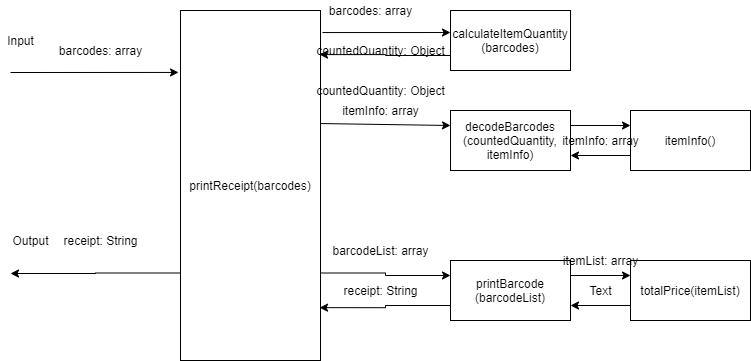
Above: img/POS.png in andreaTwelve/pos-machine-2020-7-20-13-59-35-216 (draw.io), before the change. Source tidied: cells renumbered, new cells last; positions are measured from the earlier drawing's top-left corner, leaving out a move shared by most shapes.
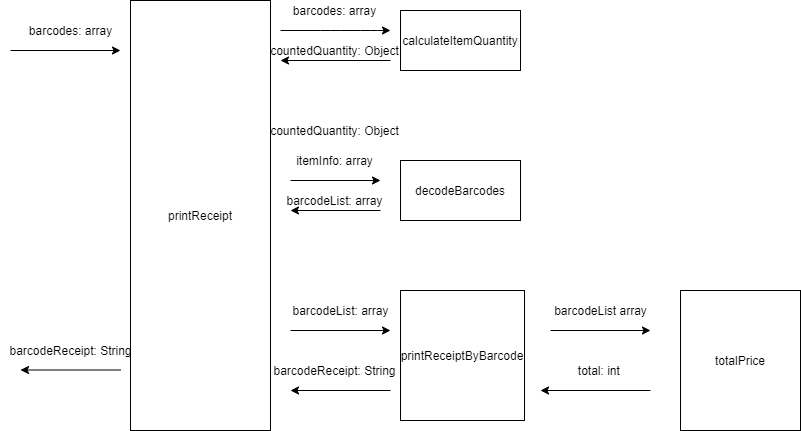
The same file after the commit.

Commit message:
POS andrea feature: update POS.png

Diff of the diagram source:
```diff
@@ -2,99 +2,117 @@
   <root>
     <mxCell id="0" />
     <mxCell id="1" parent="0" />
-    <mxCell id="2" style="edgeStyle=orthogonalEdgeStyle;rounded=0;jettySize=auto;html=1;exitX=0;exitY=0.75;exitDx=0;exitDy=0;" parent="1" edge="1" source="4">
-      <mxGeometry relative="1" as="geometry">
-        <mxPoint x="10" y="273" as="targetPoint" />
-      </mxGeometry>
-    </mxCell>
-    <mxCell id="3" style="edgeStyle=orthogonalEdgeStyle;rounded=0;jettySize=auto;html=1;exitX=1;exitY=0.75;exitDx=0;exitDy=0;entryX=0;entryY=0.25;entryDx=0;entryDy=0;" parent="1" edge="1" source="4" target="25">
-      <mxGeometry relative="1" as="geometry" />
-    </mxCell>
-    <mxCell id="4" value="printReceipt(barcodes)" style="rounded=0;whiteSpace=wrap;html=1;" parent="1" vertex="1">
-      <mxGeometry x="180" y="10" width="140" height="350" as="geometry" />
-    </mxCell>
-    <mxCell id="5" style="endArrow=classic;html=1;entryX=-0.014;entryY=0.177;entryDx=0;entryDy=0;entryPerimeter=0;" parent="1" edge="1" target="4">
-      <mxGeometry relative="1" as="geometry">
-        <mxPoint x="10" y="72" as="sourcePoint" />
-      </mxGeometry>
-    </mxCell>
-    <mxCell id="6" value="Input" style="text;html=1;align=center;verticalAlign=middle;fillColor=none;strokeColor=none;rounded=0;" parent="1" vertex="1">
-      <mxGeometry y="30" width="40" height="20" as="geometry" />
-    </mxCell>
-    <mxCell id="7" value="barcodes: array" style="text;html=1;align=center;verticalAlign=middle;fillColor=none;strokeColor=none;rounded=0;" parent="1" vertex="1">
-      <mxGeometry x="50" y="40" width="100" height="20" as="geometry" />
-    </mxCell>
-    <mxCell id="8" value="Output" style="text;html=1;align=center;verticalAlign=middle;fillColor=none;strokeColor=none;rounded=0;" parent="1" vertex="1">
-      <mxGeometry x="5" y="230" width="50" height="20" as="geometry" />
-    </mxCell>
-    <mxCell id="9" value="receipt: String" style="text;html=1;align=center;verticalAlign=middle;fillColor=none;strokeColor=none;rounded=0;" parent="1" vertex="1">
-      <mxGeometry x="55" y="230" width="90" height="20" as="geometry" />
-    </mxCell>
-    <mxCell id="10" style="edgeStyle=orthogonalEdgeStyle;rounded=0;jettySize=auto;html=1;exitX=0;exitY=0.75;exitDx=0;exitDy=0;entryX=0.993;entryY=0.126;entryDx=0;entryDy=0;entryPerimeter=0;" parent="1" edge="1" source="11" target="4">
-      <mxGeometry relative="1" as="geometry" />
-    </mxCell>
-    <mxCell id="11" value="calculateItemQuantity&lt;br&gt;(barcodes)" style="rounded=0;whiteSpace=wrap;html=1;" parent="1" vertex="1">
-      <mxGeometry x="450" y="10" width="120" height="60" as="geometry" />
-    </mxCell>
-    <mxCell id="12" style="endArrow=classic;html=1;exitX=1.014;exitY=0.063;exitDx=0;exitDy=0;exitPerimeter=0;entryX=0;entryY=0.367;entryDx=0;entryDy=0;entryPerimeter=0;" parent="1" edge="1" source="4" target="11">
-      <mxGeometry relative="1" as="geometry" />
-    </mxCell>
-    <mxCell id="13" value="barcodes: array" style="text;html=1;align=center;verticalAlign=middle;fillColor=none;strokeColor=none;rounded=0;" parent="1" vertex="1">
-      <mxGeometry x="320" width="100" height="20" as="geometry" />
-    </mxCell>
-    <mxCell id="14" value="countedQuantity: Object" style="text;html=1;align=center;verticalAlign=middle;fillColor=none;strokeColor=none;rounded=0;" parent="1" vertex="1">
-      <mxGeometry x="310" y="40" width="140" height="20" as="geometry" />
-    </mxCell>
-    <mxCell id="15" style="edgeStyle=orthogonalEdgeStyle;rounded=0;jettySize=auto;html=1;exitX=1;exitY=0.25;exitDx=0;exitDy=0;entryX=0;entryY=0.25;entryDx=0;entryDy=0;" parent="1" edge="1" source="16" target="21">
-      <mxGeometry relative="1" as="geometry" />
-    </mxCell>
-    <mxCell id="16" value="decodeBarcodes&lt;br&gt;(countedQuantity,&lt;br&gt;itemInfo)" style="rounded=0;whiteSpace=wrap;html=1;" parent="1" vertex="1">
-      <mxGeometry x="450" y="110" width="120" height="60" as="geometry" />
-    </mxCell>
-    <mxCell id="17" style="endArrow=classic;html=1;exitX=1;exitY=0.323;exitDx=0;exitDy=0;exitPerimeter=0;entryX=0;entryY=0.25;entryDx=0;entryDy=0;" parent="1" edge="1" source="4" target="16">
-      <mxGeometry relative="1" as="geometry" />
-    </mxCell>
-    <mxCell id="18" value="countedQuantity: Object" style="text;html=1;align=center;verticalAlign=middle;fillColor=none;strokeColor=none;rounded=0;" parent="1" vertex="1">
-      <mxGeometry x="310" y="80" width="140" height="20" as="geometry" />
-    </mxCell>
-    <mxCell id="19" value="itemInfo: array" style="text;html=1;align=center;verticalAlign=middle;fillColor=none;strokeColor=none;rounded=0;" parent="1" vertex="1">
-      <mxGeometry x="335" y="100" width="90" height="20" as="geometry" />
-    </mxCell>
-    <mxCell id="20" style="edgeStyle=orthogonalEdgeStyle;rounded=0;jettySize=auto;html=1;exitX=0;exitY=0.75;exitDx=0;exitDy=0;entryX=1;entryY=0.75;entryDx=0;entryDy=0;" parent="1" edge="1" source="21" target="16">
-      <mxGeometry relative="1" as="geometry" />
-    </mxCell>
-    <mxCell id="21" value="itemInfo()" style="rounded=0;whiteSpace=wrap;html=1;" parent="1" vertex="1">
-      <mxGeometry x="630" y="110" width="120" height="60" as="geometry" />
-    </mxCell>
-    <mxCell id="22" value="itemInfo: array" style="text;html=1;align=center;verticalAlign=middle;fillColor=none;strokeColor=none;rounded=0;" parent="1" vertex="1">
-      <mxGeometry x="555" y="130" width="90" height="20" as="geometry" />
-    </mxCell>
-    <mxCell id="23" style="edgeStyle=orthogonalEdgeStyle;rounded=0;jettySize=auto;html=1;exitX=0;exitY=0.75;exitDx=0;exitDy=0;entryX=0.993;entryY=0.849;entryDx=0;entryDy=0;entryPerimeter=0;" parent="1" edge="1" source="25" target="4">
-      <mxGeometry relative="1" as="geometry" />
-    </mxCell>
-    <mxCell id="24" style="edgeStyle=orthogonalEdgeStyle;rounded=0;jettySize=auto;html=1;exitX=1;exitY=0.25;exitDx=0;exitDy=0;entryX=0;entryY=0.25;entryDx=0;entryDy=0;" parent="1" edge="1" source="25" target="29">
-      <mxGeometry relative="1" as="geometry" />
-    </mxCell>
-    <mxCell id="25" value="printBarcode&lt;br&gt;(barcodeList)" style="rounded=0;whiteSpace=wrap;html=1;" parent="1" vertex="1">
-      <mxGeometry x="450" y="260" width="120" height="60" as="geometry" />
-    </mxCell>
-    <mxCell id="26" value="barcodeList: array" style="text;html=1;align=center;verticalAlign=middle;fillColor=none;strokeColor=none;rounded=0;" parent="1" vertex="1">
-      <mxGeometry x="325" y="240" width="110" height="20" as="geometry" />
-    </mxCell>
-    <mxCell id="27" value="receipt: String" style="text;html=1;align=center;verticalAlign=middle;fillColor=none;strokeColor=none;rounded=0;" parent="1" vertex="1">
-      <mxGeometry x="335" y="280" width="90" height="20" as="geometry" />
-    </mxCell>
-    <mxCell id="28" style="edgeStyle=orthogonalEdgeStyle;rounded=0;jettySize=auto;html=1;exitX=0;exitY=0.75;exitDx=0;exitDy=0;entryX=1;entryY=0.75;entryDx=0;entryDy=0;" parent="1" edge="1" source="29" target="25">
-      <mxGeometry relative="1" as="geometry" />
-    </mxCell>
-    <mxCell id="29" value="totalPrice(itemList)" style="rounded=0;whiteSpace=wrap;html=1;" parent="1" vertex="1">
-      <mxGeometry x="630" y="260" width="120" height="60" as="geometry" />
-    </mxCell>
-    <mxCell id="30" value="itemList: array" style="text;html=1;align=center;verticalAlign=middle;fillColor=none;strokeColor=none;rounded=0;" parent="1" vertex="1">
-      <mxGeometry x="555" y="250" width="90" height="20" as="geometry" />
-    </mxCell>
-    <mxCell id="31" value="Text" style="text;html=1;align=center;verticalAlign=middle;fillColor=none;strokeColor=none;rounded=0;" parent="1" vertex="1">
-      <mxGeometry x="580" y="280" width="40" height="20" as="geometry" />
-    </mxCell>
+    <mxCell id="32" value="printReceipt" style="rounded=0;whiteSpace=wrap;html=1;" parent="1" vertex="1">
+      <mxGeometry x="280" y="60" width="140" height="430" as="geometry" />
+    </mxCell>
+    <mxCell id="33" style="endArrow=classic;html=1;" parent="1" edge="1">
+      <mxGeometry relative="1" as="geometry">
+        <mxPoint x="160" y="110" as="sourcePoint" />
+        <mxPoint x="270" y="110" as="targetPoint" />
+      </mxGeometry>
+    </mxCell>
+    <mxCell id="34" value="barcodes: array" style="text;html=1;align=center;verticalAlign=middle;fillColor=none;strokeColor=none;rounded=0;" parent="1" vertex="1">
+      <mxGeometry x="170" y="80" width="100" height="20" as="geometry" />
+    </mxCell>
+    <mxCell id="35" value="calculateItemQuantity" style="rounded=0;whiteSpace=wrap;html=1;" parent="1" vertex="1">
+      <mxGeometry x="550" y="70" width="120" height="60" as="geometry" />
+    </mxCell>
+    <mxCell id="36" style="endArrow=classic;html=1;" parent="1" edge="1">
+      <mxGeometry relative="1" as="geometry">
+        <mxPoint x="430" y="90" as="sourcePoint" />
+        <mxPoint x="540" y="90" as="targetPoint" />
+        <Array as="points">
+          <mxPoint x="480" y="90" />
+          <mxPoint x="520" y="90" />
+        </Array>
+      </mxGeometry>
+    </mxCell>
+    <mxCell id="37" value="barcodes: array" style="text;html=1;align=center;verticalAlign=middle;fillColor=none;strokeColor=none;rounded=0;" parent="1" vertex="1">
+      <mxGeometry x="434" y="60" width="100" height="20" as="geometry" />
+    </mxCell>
+    <mxCell id="38" style="endArrow=classic;html=1;" parent="1" edge="1">
+      <mxGeometry relative="1" as="geometry">
+        <mxPoint x="540" y="120" as="sourcePoint" />
+        <mxPoint x="430" y="120" as="targetPoint" />
+      </mxGeometry>
+    </mxCell>
+    <mxCell id="39" value="countedQuantity: Object" style="text;html=1;align=center;verticalAlign=middle;fillColor=none;strokeColor=none;rounded=0;" parent="1" vertex="1">
+      <mxGeometry x="414" y="100" width="140" height="20" as="geometry" />
+    </mxCell>
+    <mxCell id="40" value="decodeBarcodes" style="rounded=0;whiteSpace=wrap;html=1;" parent="1" vertex="1">
+      <mxGeometry x="550" y="220" width="120" height="60" as="geometry" />
+    </mxCell>
+    <mxCell id="41" style="endArrow=classic;html=1;" parent="1" edge="1">
+      <mxGeometry relative="1" as="geometry">
+        <mxPoint x="440" y="240" as="sourcePoint" />
+        <mxPoint x="530" y="240" as="targetPoint" />
+      </mxGeometry>
+    </mxCell>
+    <mxCell id="42" value="countedQuantity: Object" style="text;html=1;align=center;verticalAlign=middle;fillColor=none;strokeColor=none;rounded=0;" parent="1" vertex="1">
+      <mxGeometry x="414" y="180" width="140" height="20" as="geometry" />
+    </mxCell>
+    <mxCell id="43" value="itemInfo: array" style="text;html=1;align=center;verticalAlign=middle;fillColor=none;strokeColor=none;rounded=0;" parent="1" vertex="1">
+      <mxGeometry x="439" y="210" width="90" height="20" as="geometry" />
+    </mxCell>
+    <mxCell id="44" value="printReceiptByBarcode" style="rounded=0;whiteSpace=wrap;html=1;" parent="1" vertex="1">
+      <mxGeometry x="550" y="350" width="124" height="130" as="geometry" />
+    </mxCell>
+    <mxCell id="45" style="endArrow=classic;html=1;" parent="1" edge="1">
+      <mxGeometry relative="1" as="geometry">
+        <mxPoint x="440" y="390" as="sourcePoint" />
+        <mxPoint x="540" y="390" as="targetPoint" />
+      </mxGeometry>
+    </mxCell>
+    <mxCell id="46" style="endArrow=classic;html=1;" parent="1" edge="1">
+      <mxGeometry relative="1" as="geometry">
+        <mxPoint x="540" y="450" as="sourcePoint" />
+        <mxPoint x="440" y="450" as="targetPoint" />
+      </mxGeometry>
+    </mxCell>
+    <mxCell id="47" value="barcodeList: array" style="text;html=1;align=center;verticalAlign=middle;fillColor=none;strokeColor=none;rounded=0;" parent="1" vertex="1">
+      <mxGeometry x="435" y="360" width="110" height="20" as="geometry" />
+    </mxCell>
+    <mxCell id="48" value="barcodeReceipt: String" style="text;html=1;align=center;verticalAlign=middle;fillColor=none;strokeColor=none;rounded=0;" parent="1" vertex="1">
+      <mxGeometry x="414" y="420" width="140" height="20" as="geometry" />
+    </mxCell>
+    <mxCell id="49" style="endArrow=classic;html=1;" parent="1" edge="1">
+      <mxGeometry relative="1" as="geometry">
+        <mxPoint x="700" y="390" as="sourcePoint" />
+        <mxPoint x="800" y="390" as="targetPoint" />
+      </mxGeometry>
+    </mxCell>
+    <mxCell id="50" value="totalPrice" style="rounded=0;whiteSpace=wrap;html=1;" parent="1" vertex="1">
+      <mxGeometry x="830" y="350" width="120" height="140" as="geometry" />
+    </mxCell>
+    <mxCell id="51" style="endArrow=classic;html=1;" parent="1" edge="1">
+      <mxGeometry relative="1" as="geometry">
+        <mxPoint x="800" y="450" as="sourcePoint" />
+        <mxPoint x="690" y="450" as="targetPoint" />
+      </mxGeometry>
+    </mxCell>
+    <mxCell id="52" value="barcodeList array" style="text;html=1;align=center;verticalAlign=middle;fillColor=none;strokeColor=none;rounded=0;" parent="1" vertex="1">
+      <mxGeometry x="695" y="360" width="110" height="20" as="geometry" />
+    </mxCell>
+    <mxCell id="53" value="total: int&amp;nbsp;" style="text;html=1;align=center;verticalAlign=middle;fillColor=none;strokeColor=none;rounded=0;" parent="1" vertex="1">
+      <mxGeometry x="720" y="420" width="60" height="20" as="geometry" />
+    </mxCell>
+    <mxCell id="54" style="endArrow=classic;html=1;" parent="1" edge="1">
+      <mxGeometry relative="1" as="geometry">
+        <mxPoint x="270" y="429.5" as="sourcePoint" />
+        <mxPoint x="170" y="429.5" as="targetPoint" />
+      </mxGeometry>
+    </mxCell>
+    <mxCell id="55" value="barcodeReceipt: String" style="text;html=1;align=center;verticalAlign=middle;fillColor=none;strokeColor=none;rounded=0;" parent="1" vertex="1">
+      <mxGeometry x="150" y="400" width="140" height="20" as="geometry" />
+    </mxCell>
+    <mxCell id="56" style="endArrow=classic;html=1;" parent="1" edge="1">
+      <mxGeometry relative="1" as="geometry">
+        <mxPoint x="530" y="270" as="sourcePoint" />
+        <mxPoint x="440" y="270" as="targetPoint" />
+      </mxGeometry>
+    </mxCell>
+    <mxCell id="57" value="barcodeList: array" style="text;html=1;align=center;verticalAlign=middle;fillColor=none;strokeColor=none;rounded=0;" parent="1" vertex="1">
+      <mxGeometry x="429" y="250" width="110" height="20" as="geometry" />
+    </mxCell>
   </root>
 </mxGraphModel>
```
